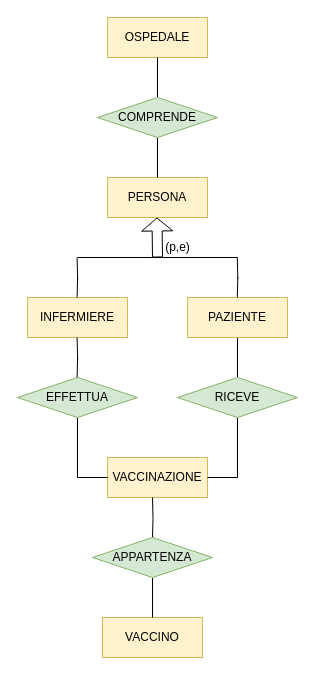
The draw.io diagram report/Diagrammi E-R/2.drawio in luigi-borriello00/Vaccinations-Tracker, before the edit. Source tidied: cells renumbered, new cells numbered last; positions are measured from the earlier drawing's top-left corner, leaving out a move shared by most shapes. Both pictures are drawn from the tidied source at 100%, with x=0, y=0 at pixel (17, 17).
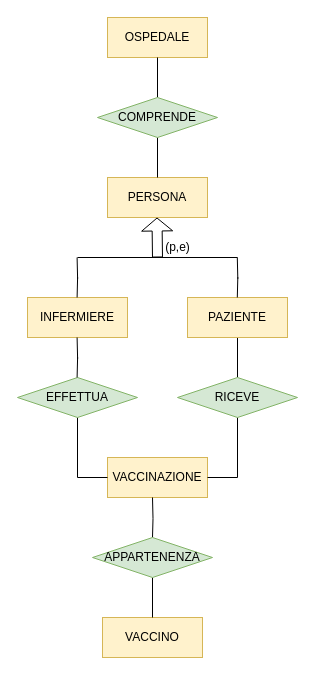
Above is the later version.

Diff of the diagram source:
```diff
@@
-    <mxCell id="24" value="APPARTENZA" style="shape=rhombus;perimeter=rhombusPerimeter;whiteSpace=wrap;html=1;align=center;fillColor=#d5e8d4;strokeColor=#82b366;" parent="1" vertex="1">
+    <mxCell id="24" value="APPARTENENZA" style="shape=rhombus;perimeter=rhombusPerimeter;whiteSpace=wrap;html=1;align=center;fillColor=#d5e8d4;strokeColor=#82b366;" parent="1" vertex="1">
       <mxGeometry x="75" y="520" width="120" height="40" as="geometry" />
     </mxCell>
```
